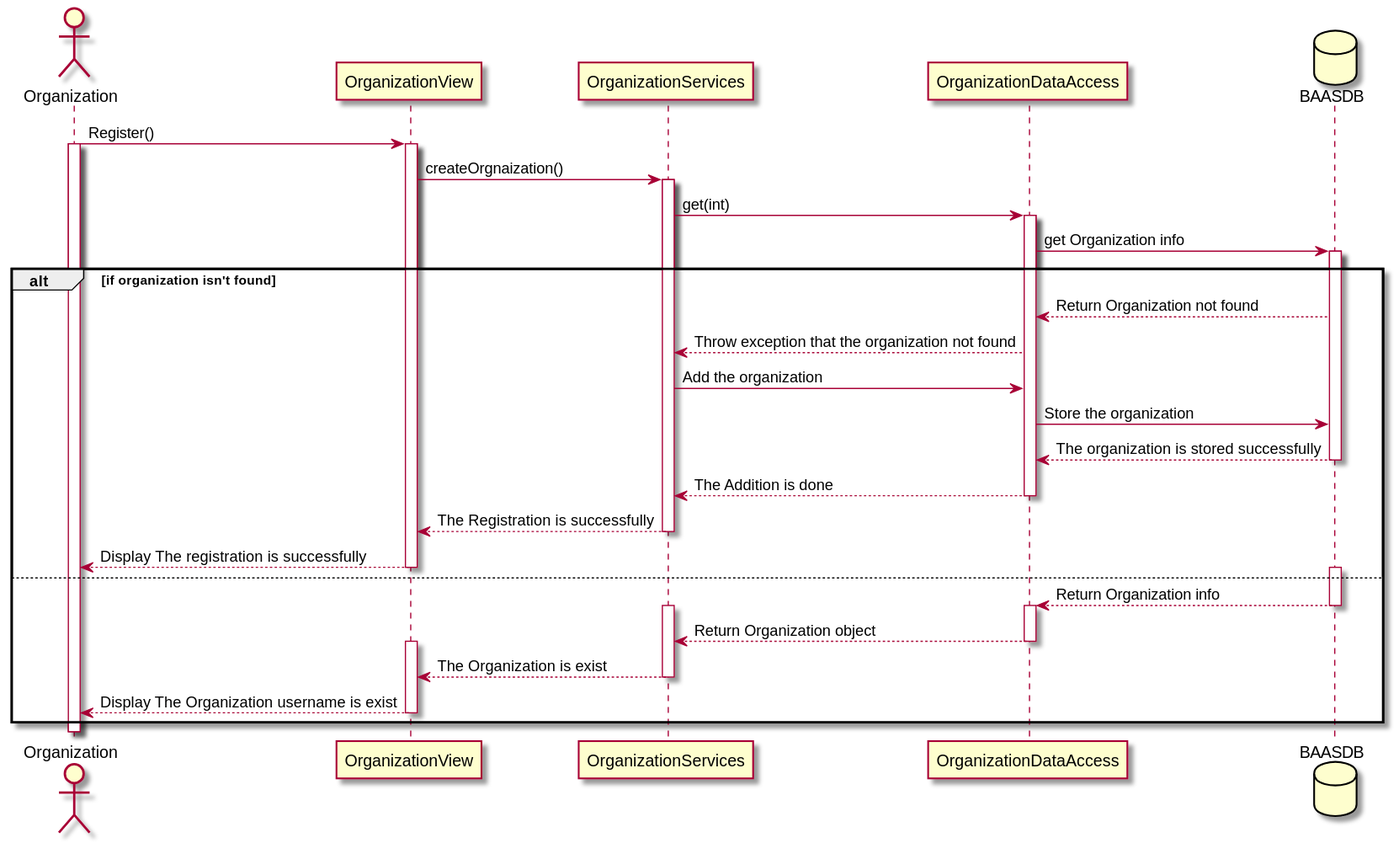
moazbasheer/BaaS_GP keeps this PlantUML diagram as Sequence Diagrams/svg/Register.svg. Above is the earlier version. Source of this version:
```plantuml
@startuml
  actor Organization  as Organization
  participant OrganizationView as OrganizationView
  participant OrganizationServices as OrganizationServices
  participant OrganizationDataAccess as OrganizationDataAccess
  database BAASDB as BaasDB
  Organization -> OrganizationView : Register()
  activate Organization
  activate OrganizationView
  OrganizationView -> OrganizationServices : createOrgnaization()
  activate OrganizationServices
  OrganizationServices -> OrganizationDataAccess : get(int)
  activate OrganizationDataAccess
  OrganizationDataAccess -> BaasDB : get Organization info
  activate BaasDB

  alt  if organization isn't found
    BaasDB --> OrganizationDataAccess : Return Organization not found
    OrganizationDataAccess --> OrganizationServices : Throw exception that the organization not found
    OrganizationServices -> OrganizationDataAccess : Add the organization
    OrganizationDataAccess -> BaasDB : Store the organization
    BaasDB --> OrganizationDataAccess : The organization is stored successfully
    deactivate BaasDB
    OrganizationDataAccess --> OrganizationServices : The Addition is done
    deactivate OrganizationDataAccess
    OrganizationServices --> OrganizationView: The Registration is successfully
    deactivate OrganizationServices
    OrganizationView --> Organization : Display The registration is successfully
    deactivate OrganizationView
  else
    activate BaasDB
    BaasDB --> OrganizationDataAccess : Return Organization info
    deactivate BaasDB
    activate OrganizationDataAccess
    activate OrganizationServices
    OrganizationDataAccess --> OrganizationServices : Return Organization object
    deactivate OrganizationDataAccess
    activate OrganizationView
    OrganizationServices --> OrganizationView: The Organization is exist
    deactivate OrganizationServices
    OrganizationView --> Organization : Display The Organization username is exist
    deactivate OrganizationView
  end
@enduml
```
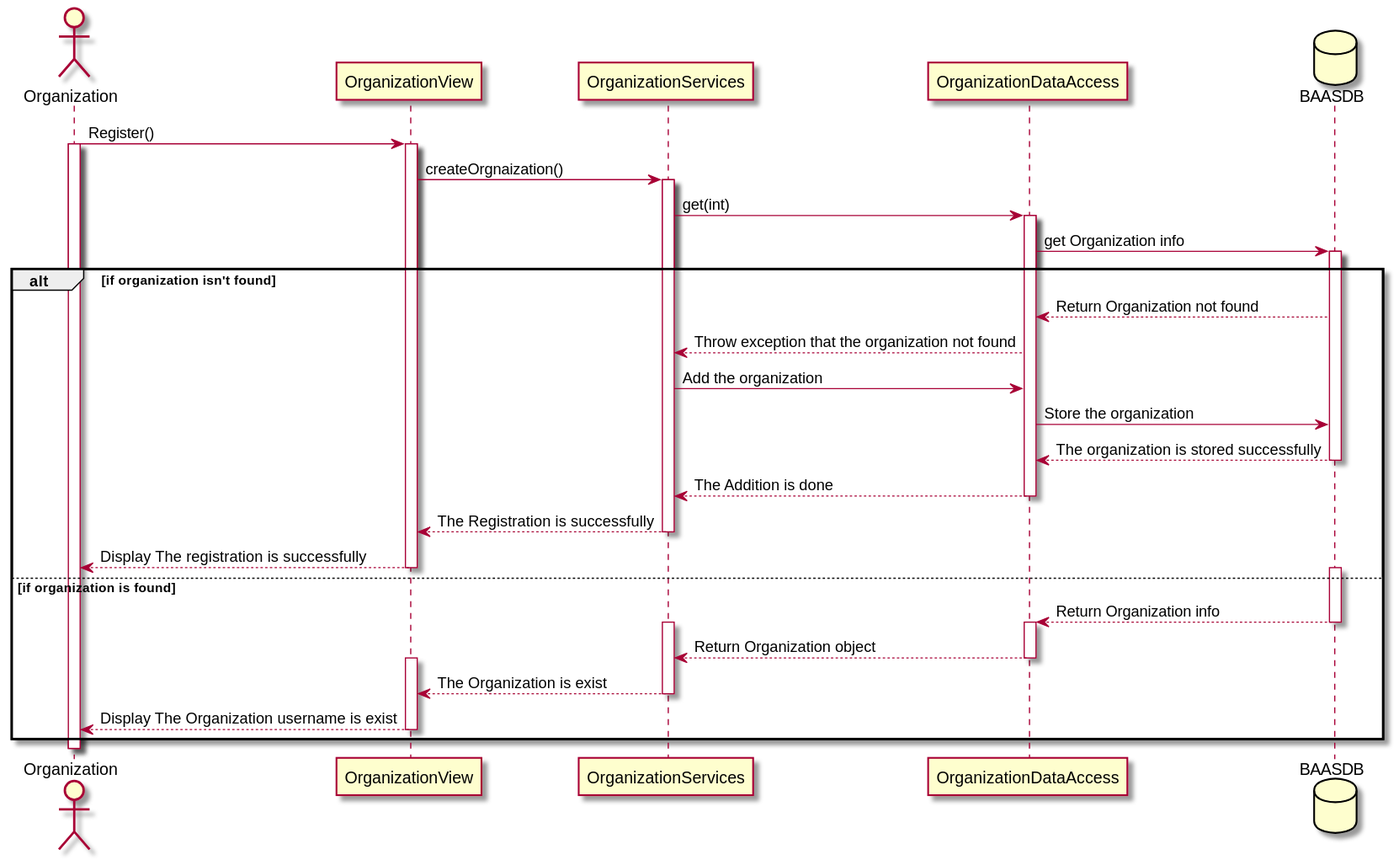
After the commit.

What changed in the source:
```diff
@@ -27,7 +27,7 @@
     deactivate OrganizationServices
     OrganizationView --> Organization : Display The registration is successfully
     deactivate OrganizationView
-  else
+  else if organization is found
     activate BaasDB
     BaasDB --> OrganizationDataAccess : Return Organization info
     deactivate BaasDB
```
